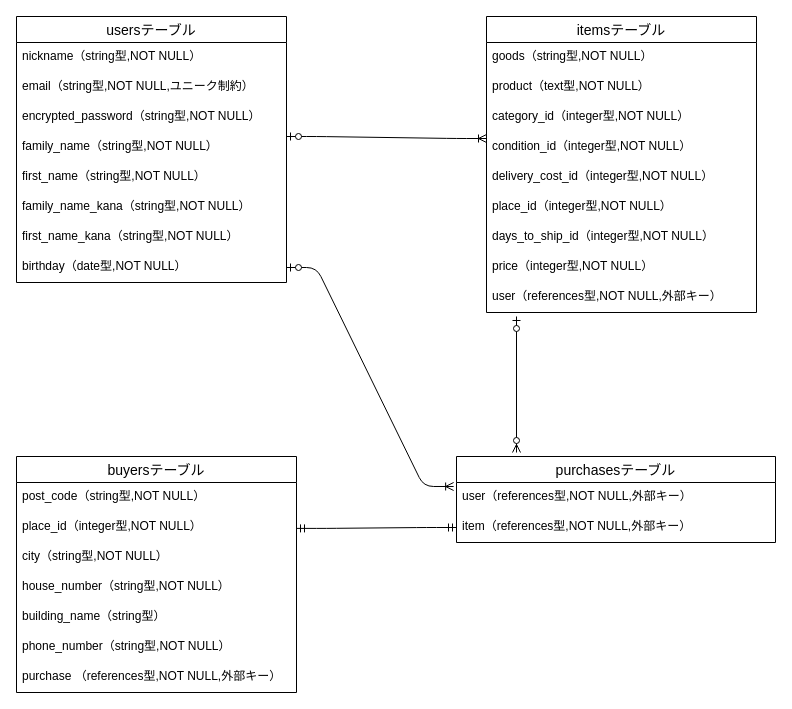
Earlier version of the draw.io diagram er.dio (ryomas501/furima-39757). Source tidied: cells renumbered, new cells numbered last; positions are measured from the earlier drawing's top-left corner, leaving out a move shared by most shapes. Both pictures are drawn from the tidied source at 100%, with x=0, y=0 at pixel (16, 16).
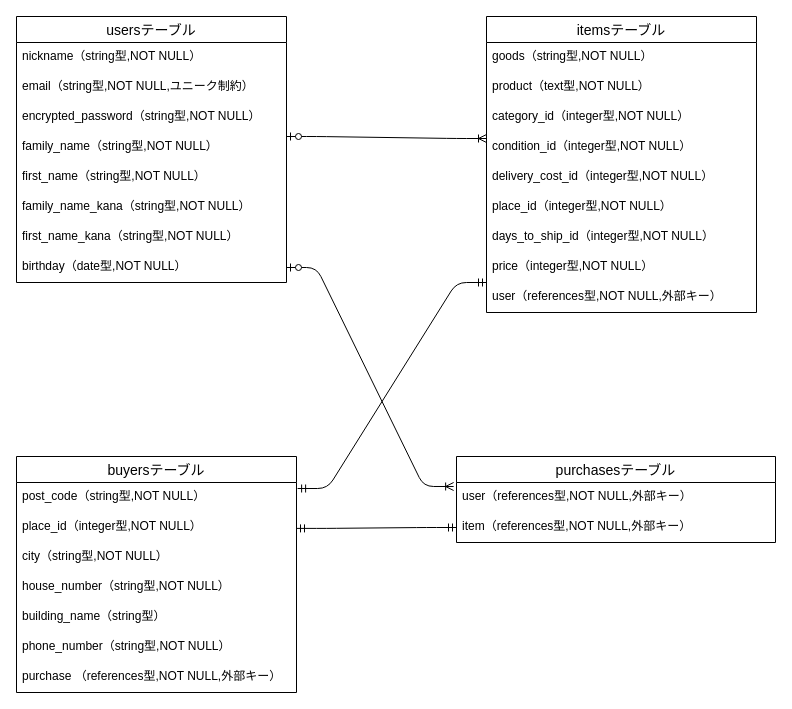
After the change.

Commit message (it also covers changes not shown here):
README・ER図作成（修正２）

The change refers to these unchanged cells:
```xml
<mxCell id="11" value="itemsテーブル" style="swimlane;fontStyle=0;horizontal=1;startSize=26;align=center;fontSize=14;" parent="1" vertex="1">
  <mxGeometry x="470" width="270" height="296" as="geometry" />
</mxCell>
<mxCell id="20" value="user（references型,NOT NULL,外部キー）" style="text;strokeColor=none;fillColor=none;spacingLeft=4;spacingRight=4;overflow=hidden;points=[[0,0.5],[1,0.5]];portConstraint=eastwest;fontSize=12;" parent="11" vertex="1">
  <mxGeometry y="266" width="270" height="30" as="geometry" />
</mxCell>
<mxCell id="23" value="post_code（string型,NOT NULL）" style="text;strokeColor=none;fillColor=none;spacingLeft=4;spacingRight=4;overflow=hidden;points=[[0,0.5],[1,0.5]];portConstraint=eastwest;fontSize=12;" parent="22" vertex="1">
  <mxGeometry y="26" width="280" height="30" as="geometry" />
</mxCell>
```

Change to the diagram source:
```diff
@@
-    <mxCell id="21" style="edgeStyle=orthogonalEdgeStyle;fontSize=12;html=1;endArrow=ERzeroToMany;startArrow=ERzeroToOne;entryX=0.111;entryY=1.133;entryDx=0;entryDy=0;entryPerimeter=0;exitX=0.111;exitY=1.133;exitDx=0;exitDy=0;exitPerimeter=0;" parent="11" edge="1" source="20">
-      <mxGeometry relative="1" as="geometry">
-        <mxPoint x="30" y="436" as="targetPoint" />
-        <Array as="points">
-          <mxPoint x="30" y="436" />
-        </Array>
-      </mxGeometry>
-    </mxCell>
@@
+    <mxCell id="36" style="edgeStyle=entityRelationEdgeStyle;fontSize=12;html=1;endArrow=ERmandOne;startArrow=ERmandOne;exitX=1.004;exitY=0.2;exitDx=0;exitDy=0;exitPerimeter=0;" parent="1" edge="1" source="23">
+      <mxGeometry relative="1" as="geometry">
+        <mxPoint x="470" y="266" as="targetPoint" />
+      </mxGeometry>
+    </mxCell>
```
